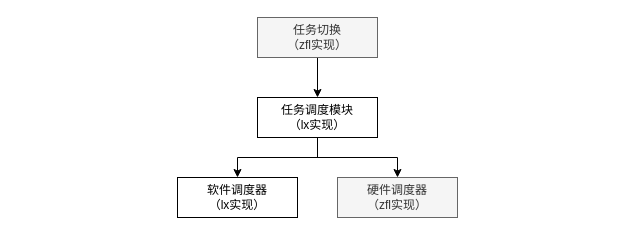
rosy233333/weekly-progress keeps this draw.io diagram as 24.7.10~24.7.16/任务管理模块架构和分工.drawio. Above is the earlier version. Source tidied: cells renumbered, new cells numbered last; positions are measured from the earlier drawing's top-left corner, leaving out a move shared by most shapes. Both pictures are drawn from the tidied source at 100%, with x=0, y=0 at pixel (177, 17).
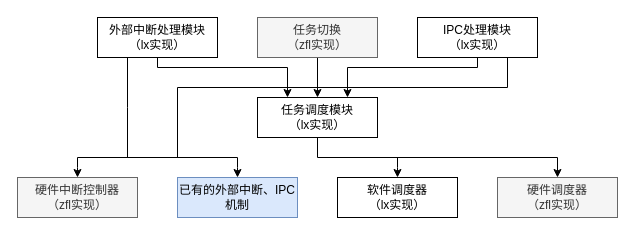
After the change.

The change refers to these unchanged cells:
```xml
<mxCell id="5" value="任务调度模块&lt;br&gt;（lx实现）" style="rounded=0;whiteSpace=wrap;html=1;" parent="1" vertex="1">
  <mxGeometry x="80" y="80" width="120" height="40" as="geometry" />
</mxCell>
```

The edit, as a diff of the source:
```diff
@@
-    <mxCell id="4" style="edgeStyle=none;html=1;exitX=0.5;exitY=1;exitDx=0;exitDy=0;startArrow=none;startFill=0;endArrow=none;endFill=0;" parent="1" edge="1" source="5">
-      <mxGeometry relative="1" as="geometry">
-        <mxPoint x="140" y="140" as="targetPoint" />
-      </mxGeometry>
-    </mxCell>
+    <mxCell id="11" style="edgeStyle=orthogonalEdgeStyle;rounded=0;html=1;exitX=0.5;exitY=1;exitDx=0;exitDy=0;entryX=0.5;entryY=0;entryDx=0;entryDy=0;" parent="1" edge="1" source="5" target="9">
+      <mxGeometry relative="1" as="geometry" />
+    </mxCell>
@@
-    <mxCell id="6" style="edgeStyle=none;html=1;exitX=0.5;exitY=0;exitDx=0;exitDy=0;startArrow=classic;startFill=1;endArrow=none;endFill=0;" parent="1" edge="1" source="7">
-      <mxGeometry relative="1" as="geometry">
-        <mxPoint x="60" y="140" as="targetPoint" />
-      </mxGeometry>
-    </mxCell>
+    <mxCell id="12" style="edgeStyle=orthogonalEdgeStyle;rounded=0;html=1;exitX=0.5;exitY=0;exitDx=0;exitDy=0;startArrow=classic;startFill=1;endArrow=none;endFill=0;" parent="1" edge="1" source="7">
+      <mxGeometry relative="1" as="geometry">
+        <mxPoint x="220" y="140" as="targetPoint" />
+      </mxGeometry>
+    </mxCell>
     <mxCell id="7" value="软件调度器&lt;br&gt;（lx实现）" style="rounded=0;whiteSpace=wrap;html=1;" parent="1" vertex="1">
-      <mxGeometry y="160" width="120" height="40" as="geometry" />
+      <mxGeometry x="160" y="160" width="120" height="40" as="geometry" />
     </mxCell>
-    <mxCell id="8" style="edgeStyle=none;html=1;exitX=0.5;exitY=0;exitDx=0;exitDy=0;startArrow=classic;startFill=1;endArrow=none;endFill=0;" parent="1" edge="1" source="9">
-      <mxGeometry relative="1" as="geometry">
-        <mxPoint x="220" y="140" as="targetPoint" />
-      </mxGeometry>
-    </mxCell>
     <mxCell id="9" value="硬件调度器&lt;br&gt;（zfl实现）" style="rounded=0;whiteSpace=wrap;html=1;fillColor=#f5f5f5;fontColor=#333333;strokeColor=#666666;" parent="1" vertex="1">
-      <mxGeometry x="160" y="160" width="120" height="40" as="geometry" />
+      <mxGeometry x="320" y="160" width="120" height="40" as="geometry" />
     </mxCell>
-    <mxCell id="10" style="endArrow=none;html=1;" parent="1" edge="1">
-      <mxGeometry relative="1" as="geometry">
-        <mxPoint x="60" y="140" as="sourcePoint" />
-        <mxPoint x="220" y="140" as="targetPoint" />
-      </mxGeometry>
-    </mxCell>
+    <mxCell id="13" style="edgeStyle=orthogonalEdgeStyle;html=1;exitX=0.5;exitY=1;exitDx=0;exitDy=0;entryX=0.25;entryY=0;entryDx=0;entryDy=0;rounded=0;" parent="1" edge="1" source="15" target="5">
+      <mxGeometry relative="1" as="geometry">
+        <Array as="points">
+          <mxPoint x="-20" y="50" />
+          <mxPoint x="110" y="50" />
+        </Array>
+      </mxGeometry>
+    </mxCell>
+    <mxCell id="14" style="edgeStyle=orthogonalEdgeStyle;rounded=0;html=1;exitX=0.25;exitY=1;exitDx=0;exitDy=0;startArrow=none;startFill=0;endArrow=none;endFill=0;" parent="1" edge="1" source="15">
+      <mxGeometry relative="1" as="geometry">
+        <mxPoint x="-50" y="140" as="targetPoint" />
+      </mxGeometry>
+    </mxCell>
+    <mxCell id="15" value="外部中断处理模块&lt;br&gt;（lx实现）" style="rounded=0;whiteSpace=wrap;html=1;" parent="1" vertex="1">
+      <mxGeometry x="-80" width="120" height="40" as="geometry" />
+    </mxCell>
+    <mxCell id="16" style="edgeStyle=orthogonalEdgeStyle;rounded=0;html=1;exitX=0.5;exitY=1;exitDx=0;exitDy=0;entryX=0.75;entryY=0;entryDx=0;entryDy=0;startArrow=none;startFill=0;endArrow=classic;endFill=1;" parent="1" edge="1" source="18" target="5">
+      <mxGeometry relative="1" as="geometry">
+        <Array as="points">
+          <mxPoint x="300" y="50" />
+          <mxPoint x="170" y="50" />
+        </Array>
+      </mxGeometry>
+    </mxCell>
+    <mxCell id="17" style="edgeStyle=orthogonalEdgeStyle;rounded=0;html=1;exitX=0.75;exitY=1;exitDx=0;exitDy=0;startArrow=none;startFill=0;endArrow=none;endFill=0;" parent="1" edge="1" source="18">
+      <mxGeometry relative="1" as="geometry">
+        <mxPoint y="140" as="targetPoint" />
+        <Array as="points">
+          <mxPoint x="330" y="70" />
+          <mxPoint y="70" />
+        </Array>
+      </mxGeometry>
+    </mxCell>
+    <mxCell id="18" value="IPC处理模块&lt;br&gt;（lx实现）" style="rounded=0;whiteSpace=wrap;html=1;" parent="1" vertex="1">
+      <mxGeometry x="240" width="120" height="40" as="geometry" />
+    </mxCell>
+    <mxCell id="19" style="edgeStyle=orthogonalEdgeStyle;rounded=0;html=1;exitX=0.5;exitY=0;exitDx=0;exitDy=0;startArrow=classic;startFill=1;endArrow=none;endFill=0;" parent="1" edge="1" source="20">
+      <mxGeometry relative="1" as="geometry">
+        <mxPoint x="60" y="140" as="targetPoint" />
+      </mxGeometry>
+    </mxCell>
+    <mxCell id="20" value="已有的外部中断、IPC机制" style="rounded=0;whiteSpace=wrap;html=1;fillColor=#dae8fc;strokeColor=#6c8ebf;" parent="1" vertex="1">
+      <mxGeometry y="160" width="120" height="40" as="geometry" />
+    </mxCell>
+    <mxCell id="21" style="edgeStyle=orthogonalEdgeStyle;rounded=0;html=1;exitX=0.5;exitY=0;exitDx=0;exitDy=0;startArrow=classic;startFill=1;endArrow=none;endFill=0;" parent="1" edge="1" source="22">
+      <mxGeometry relative="1" as="geometry">
+        <mxPoint x="-100" y="140" as="targetPoint" />
+      </mxGeometry>
+    </mxCell>
+    <mxCell id="22" value="硬件中断控制器&lt;br&gt;（zfl实现）" style="rounded=0;whiteSpace=wrap;html=1;fillColor=#f5f5f5;fontColor=#333333;strokeColor=#666666;" parent="1" vertex="1">
+      <mxGeometry x="-160" y="160" width="120" height="40" as="geometry" />
+    </mxCell>
+    <mxCell id="23" style="endArrow=none;html=1;rounded=0;" parent="1" edge="1">
+      <mxGeometry relative="1" as="geometry">
+        <mxPoint x="-100" y="140" as="sourcePoint" />
+        <mxPoint x="60" y="140" as="targetPoint" />
+      </mxGeometry>
+    </mxCell>
```
